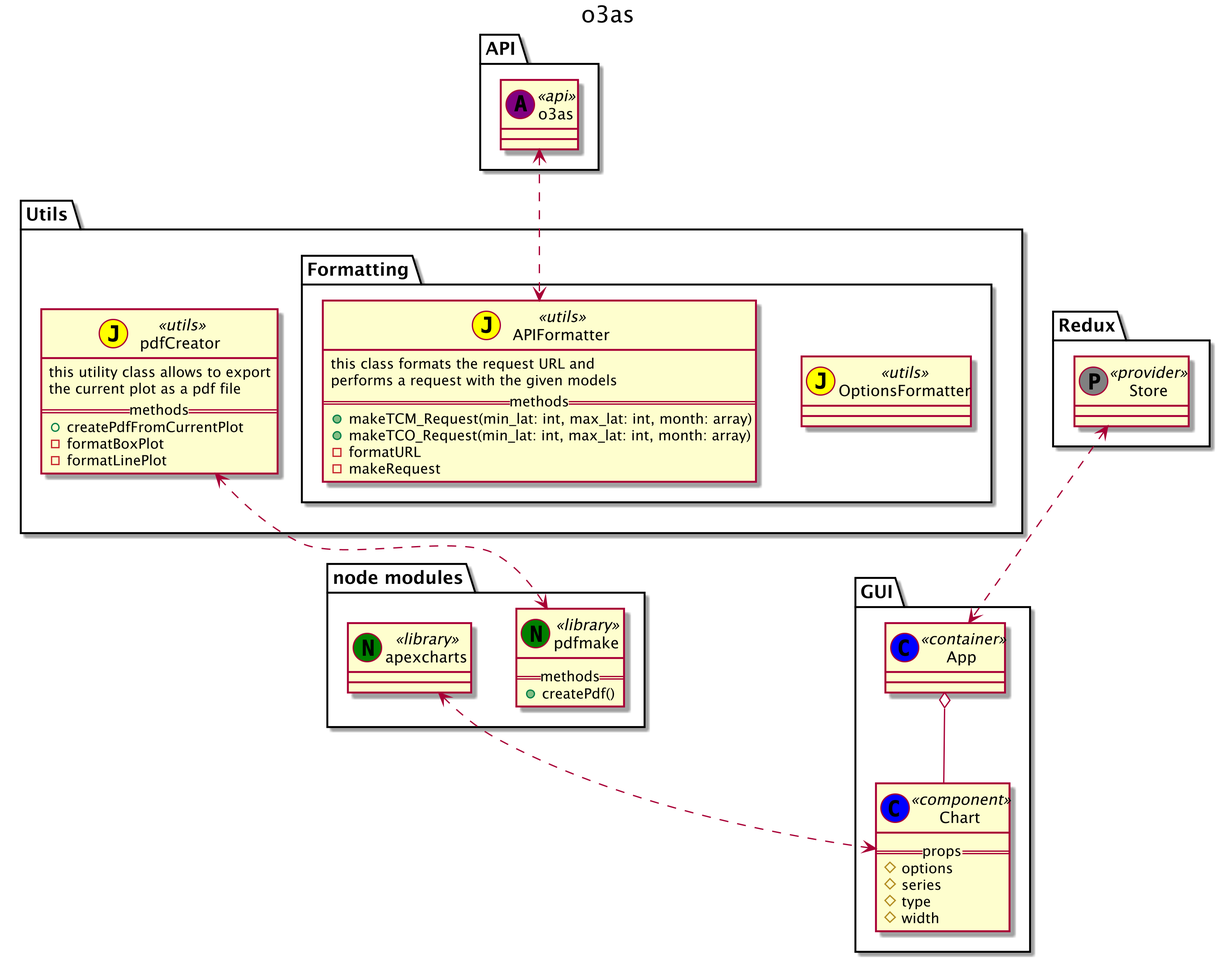
Before: ReactPackages.png, a diagram exported from PlantUML (thomasmarwitz/reactUML).
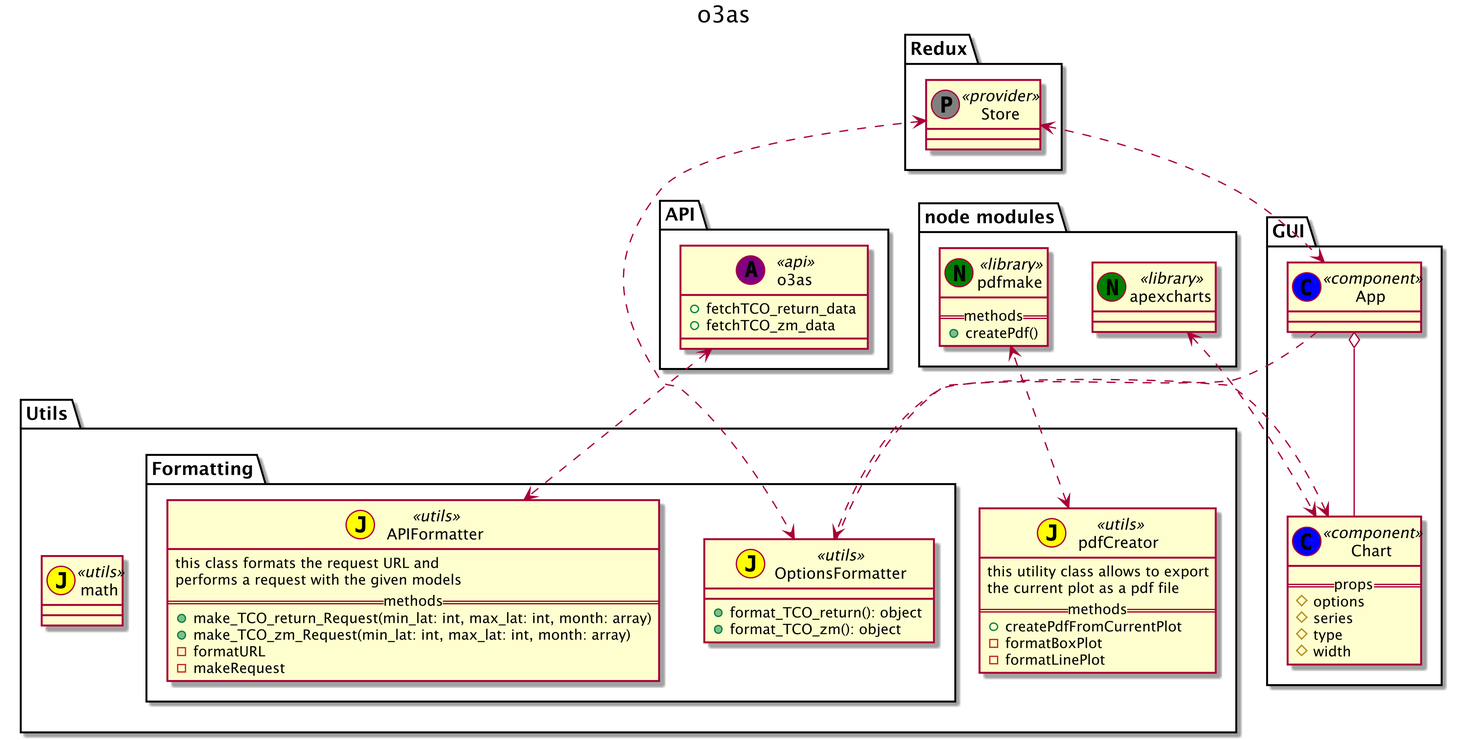
After the commit.

Commit message:
added math class

Diff of the diagram source:
```diff
@@ -3,7 +3,7 @@
 skinparam dpi 300
 
 package "GUI" {
-    class "App" << (C,blue) container>> {
+    class "App" << (C,blue) component>> {
 
     }
 
@@ -22,7 +22,8 @@
 package "API" {
 
     class "o3as" << (A, purple) api >> {
-
+        +fetchTCO_return_data
+        +fetchTCO_zm_data
     }
 
 }
@@ -39,14 +40,15 @@
 
     package "Formatting" {
         class "OptionsFormatter" << (J, yellow) utils >> {
-
+            +format_TCO_return(): object
+            +format_TCO_zm(): object
         }
 
         class "APIFormatter" << (J, yellow) utils >> {
             this class formats the request URL and\nperforms a request with the given models
             ==methods==
-            +makeTCM_Request(min_lat: int, max_lat: int, month: array)
-            +makeTCO_Request(min_lat: int, max_lat: int, month: array)
+            +make_TCO_return_Request(min_lat: int, max_lat: int, month: array)
+            +make_TCO_zm_Request(min_lat: int, max_lat: int, month: array)
             -formatURL
             -makeRequest
         }
@@ -59,6 +61,10 @@
         + createPdfFromCurrentPlot
         - formatBoxPlot
         - formatLinePlot
+    }
+
+    class "math" <<(J, yellow) utils >> {
+
     }
 
 }
@@ -80,6 +86,9 @@
 "o3as" <..> "APIFormatter"
 "pdfCreator" <..> "pdfmake"
 "Store" <..> "App"
+"Store" <..> "OptionsFormatter"
+"App" ..> "OptionsFormatter"
+"Chart" <.. "OptionsFormatter"
 "App" o-- "Chart"
 
 @enduml
```
